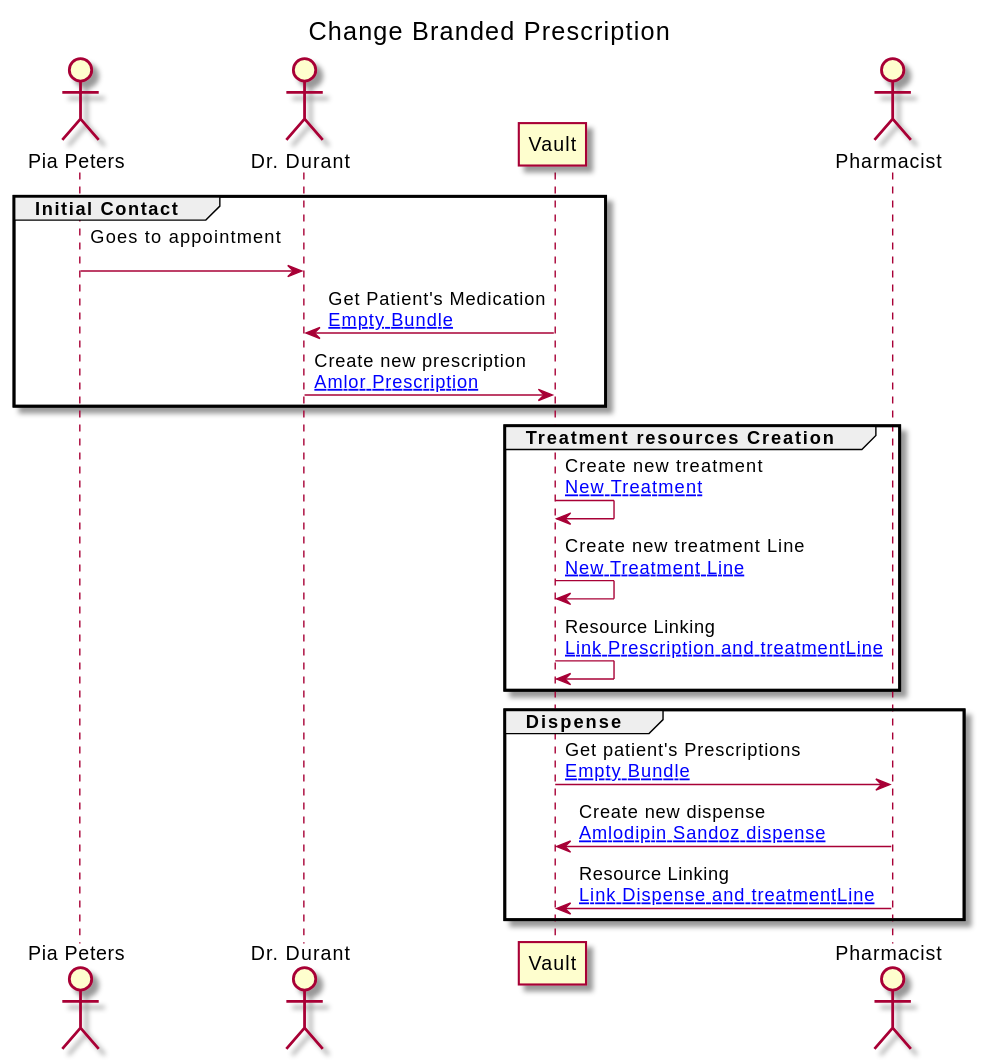
jcostateixeira/riziv-medication-record keeps this PlantUML diagram as branches/master/ExampleScenario-example-1-scenario.svg. Above is the earlier version.
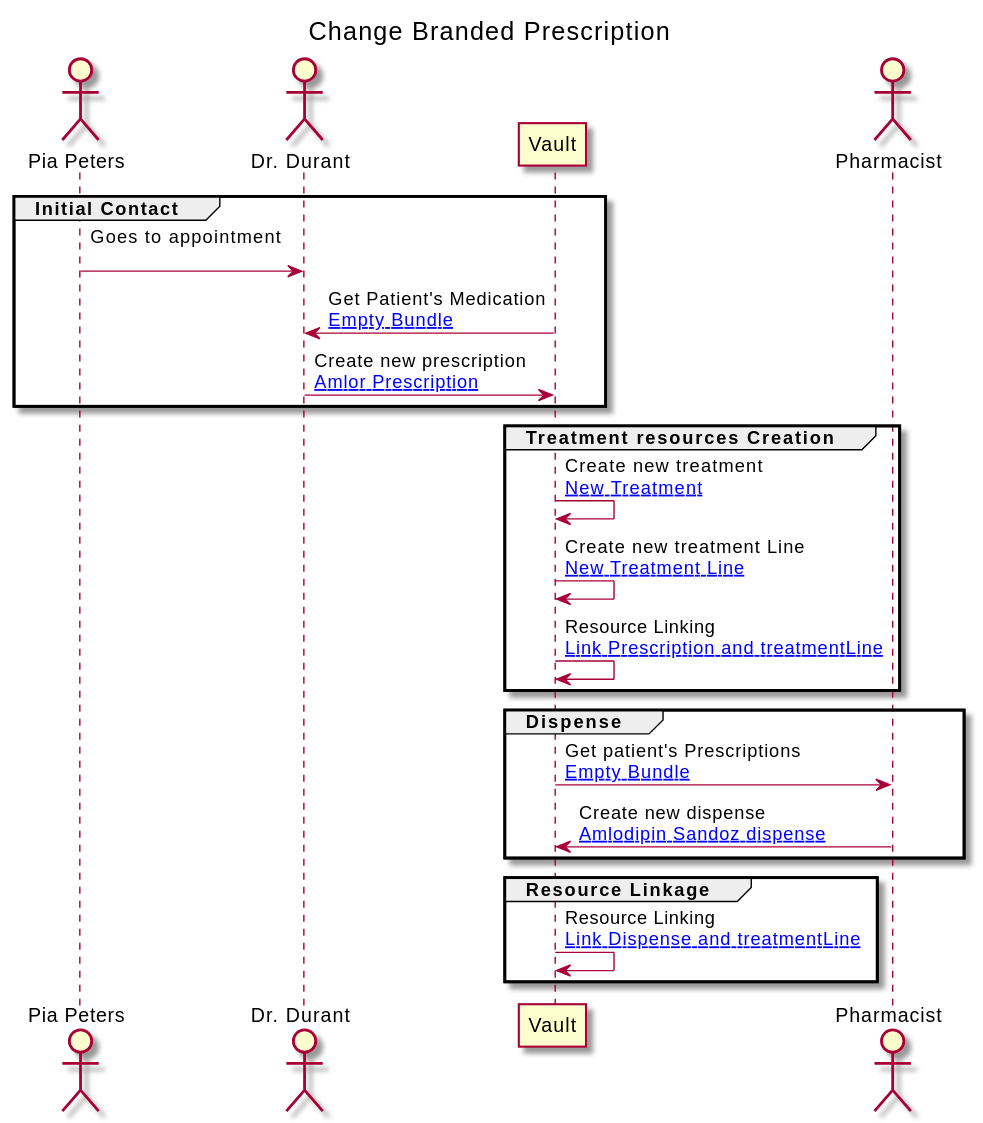
Later version of the same file.

What changed in the source:
```diff
@@ -31,7 +31,11 @@
 
 VAULT -> PHARM : Get patient's Prescriptions\n[[ExampleScenario-example-1-scenario-resources.html#EB Empty Bundle]]
 PHARM -> VAULT : Create new dispense\n[[ExampleScenario-example-1-scenario-resources.html#1-dispense Amlodipin Sandoz dispense]]
-PHARM -> VAULT : Resource Linking\n[[ExampleScenario-example-1-scenario-resources.html#1-2-provenance Link Dispense and treatmentLine]]
+end
+
+group Resource Linkage
+
+VAULT -> VAULT : Resource Linking\n[[ExampleScenario-example-1-scenario-resources.html#1-2-provenance Link Dispense and treatmentLine]]
 end
 
 
```
